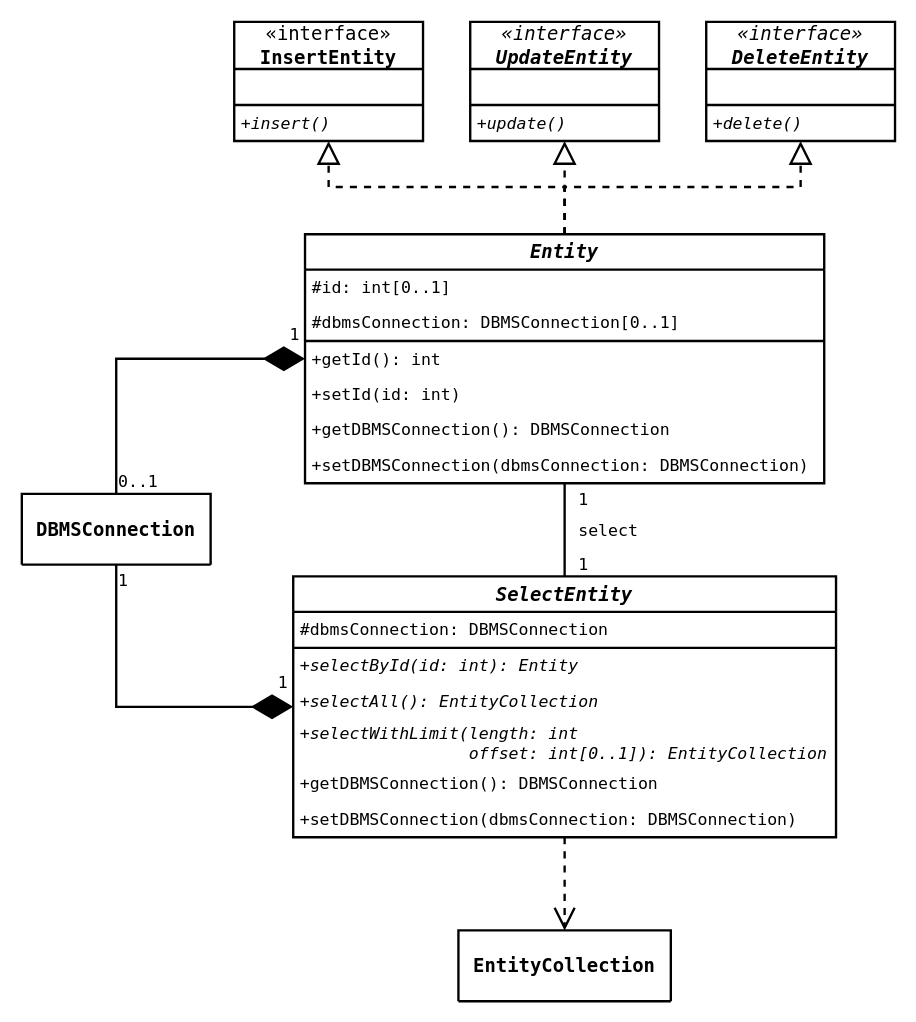
Above: page "entities" (5 of 6) of docs/uml/PHPeacock.drawio in AntoineToPHPin/PHPeacock (draw.io), before the change. Source tidied: cells renumbered, new cells numbered last; positions are measured from the earlier drawing's top-left corner, leaving out a move shared by most shapes. Both pictures are drawn from the tidied source at 118%, with x=0, y=0 at pixel (21, 21).
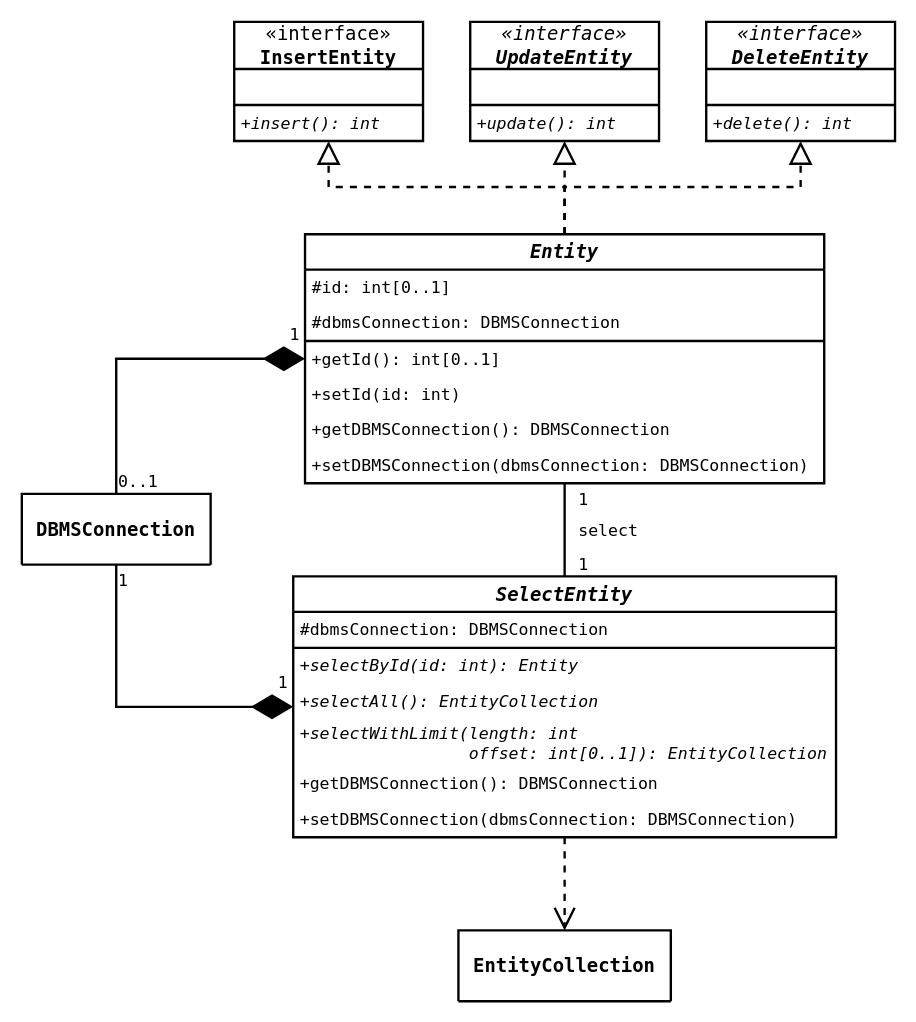
The same page after the edit.

Unchanged cells that the change refers to:
```xml
<mxCell id="2" value="&lt;i&gt;Entity&lt;/i&gt;" style="swimlane;fontStyle=1;align=center;verticalAlign=middle;horizontal=1;startSize=30;fontSize=16;fontFamily=Lucida Console;strokeWidth=2;swimlaneLine=1;rounded=0;shadow=0;glass=0;swimlaneFillColor=none;fillColor=none;labelBackgroundColor=none;labelBorderColor=none;whiteSpace=wrap;html=1;noLabel=0;movableLabel=0;comic=0;" parent="1" vertex="1">
  <mxGeometry x="240" y="180" width="440" height="211" as="geometry" />
</mxCell>
<mxCell id="10" value="&lt;span style=&quot;font-weight: 400&quot;&gt;«interface»&lt;/span&gt;&lt;br style=&quot;font-weight: 400&quot;&gt;&lt;span&gt;InsertEntity&lt;/span&gt;" style="swimlane;fontStyle=1;align=center;verticalAlign=middle;horizontal=1;startSize=40;fontSize=16;fontFamily=Lucida Console;strokeWidth=2;swimlaneLine=1;rounded=0;shadow=0;glass=0;swimlaneFillColor=none;fillColor=none;labelBackgroundColor=none;labelBorderColor=none;whiteSpace=wrap;html=1;noLabel=0;movableLabel=0;comic=0;" parent="1" vertex="1">
  <mxGeometry x="180" width="160" height="101" as="geometry" />
</mxCell>
<mxCell id="15" value="&lt;span style=&quot;font-weight: 400&quot;&gt;«interface»&lt;/span&gt;&lt;br style=&quot;font-weight: 400&quot;&gt;&lt;span&gt;UpdateEntity&lt;/span&gt;" style="swimlane;fontStyle=3;align=center;verticalAlign=middle;horizontal=1;startSize=40;fontSize=16;fontFamily=Lucida Console;strokeWidth=2;swimlaneLine=1;rounded=0;shadow=0;glass=0;swimlaneFillColor=none;fillColor=none;labelBackgroundColor=none;labelBorderColor=none;whiteSpace=wrap;html=1;noLabel=0;movableLabel=0;comic=0;" parent="1" vertex="1">
  <mxGeometry x="380" width="160" height="101" as="geometry" />
</mxCell>
<mxCell id="19" value="&lt;span style=&quot;font-weight: 400&quot;&gt;«interface»&lt;/span&gt;&lt;br style=&quot;font-weight: 400&quot;&gt;&lt;span&gt;DeleteEntity&lt;/span&gt;" style="swimlane;fontStyle=3;align=center;verticalAlign=middle;horizontal=1;startSize=40;fontSize=16;fontFamily=Lucida Console;strokeWidth=2;swimlaneLine=1;rounded=0;shadow=0;glass=0;swimlaneFillColor=none;fillColor=none;labelBackgroundColor=none;labelBorderColor=none;whiteSpace=wrap;html=1;noLabel=0;movableLabel=0;comic=0;" parent="1" vertex="1">
  <mxGeometry x="580" width="160" height="101" as="geometry" />
</mxCell>
```

What changed in the source:
```diff
@@
-    <mxCell id="4" value="#dbmsConnection: DBMSConnection[0..1]" style="text;align=left;verticalAlign=middle;spacingLeft=4;spacingRight=4;overflow=hidden;fontSize=14;fontFamily=Lucida Console;whiteSpace=wrap;strokeWidth=2;html=1;" parent="2" vertex="1">
+    <mxCell id="4" value="#dbmsConnection: DBMSConnection" style="text;align=left;verticalAlign=middle;spacingLeft=4;spacingRight=4;overflow=hidden;fontSize=14;fontFamily=Lucida Console;whiteSpace=wrap;strokeWidth=2;html=1;" parent="2" vertex="1">
       <mxGeometry y="60" width="440" height="30" as="geometry" />
     </mxCell>
@@
-    <mxCell id="6" value="+getId(): int" style="text;strokeColor=none;fillColor=none;align=left;verticalAlign=middle;spacingLeft=4;spacingRight=4;overflow=hidden;fontSize=14;fontFamily=Lucida Console;whiteSpace=wrap;html=1;fontStyle=0;" parent="2" vertex="1">
+    <mxCell id="6" value="+getId(): int[0..1]" style="text;strokeColor=none;fillColor=none;align=left;verticalAlign=middle;spacingLeft=4;spacingRight=4;overflow=hidden;fontSize=14;fontFamily=Lucida Console;whiteSpace=wrap;html=1;fontStyle=0;" parent="2" vertex="1">
       <mxGeometry y="91" width="440" height="30" as="geometry" />
     </mxCell>
@@
-    <mxCell id="13" value="+insert()" style="text;strokeColor=none;fillColor=none;align=left;verticalAlign=middle;spacingLeft=4;spacingRight=4;overflow=hidden;fontSize=14;fontFamily=Lucida Console;whiteSpace=wrap;html=1;fontStyle=2;" parent="10" vertex="1">
+    <mxCell id="13" value="+insert(): int" style="text;strokeColor=none;fillColor=none;align=left;verticalAlign=middle;spacingLeft=4;spacingRight=4;overflow=hidden;fontSize=14;fontFamily=Lucida Console;whiteSpace=wrap;html=1;fontStyle=2;" parent="10" vertex="1">
       <mxGeometry y="71" width="160" height="30" as="geometry" />
     </mxCell>
@@
-    <mxCell id="18" value="+update()" style="text;strokeColor=none;fillColor=none;align=left;verticalAlign=middle;spacingLeft=4;spacingRight=4;overflow=hidden;fontSize=14;fontFamily=Lucida Console;whiteSpace=wrap;html=1;fontStyle=2;" parent="15" vertex="1">
+    <mxCell id="18" value="+update(): int" style="text;strokeColor=none;fillColor=none;align=left;verticalAlign=middle;spacingLeft=4;spacingRight=4;overflow=hidden;fontSize=14;fontFamily=Lucida Console;whiteSpace=wrap;html=1;fontStyle=2;" parent="15" vertex="1">
       <mxGeometry y="71" width="160" height="30" as="geometry" />
     </mxCell>
@@
-    <mxCell id="22" value="+delete()" style="text;strokeColor=none;fillColor=none;align=left;verticalAlign=middle;spacingLeft=4;spacingRight=4;overflow=hidden;fontSize=14;fontFamily=Lucida Console;whiteSpace=wrap;html=1;fontStyle=2;" parent="19" vertex="1">
+    <mxCell id="22" value="+delete(): int" style="text;strokeColor=none;fillColor=none;align=left;verticalAlign=middle;spacingLeft=4;spacingRight=4;overflow=hidden;fontSize=14;fontFamily=Lucida Console;whiteSpace=wrap;html=1;fontStyle=2;" parent="19" vertex="1">
       <mxGeometry y="71" width="160" height="30" as="geometry" />
     </mxCell>
```
